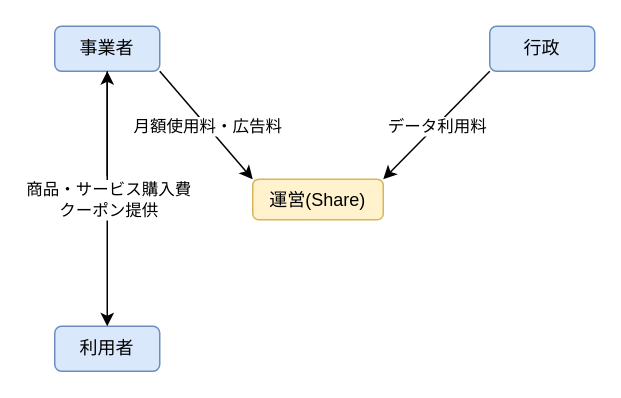
This is docs/figure/softmoney.drawio from r02092/se2025, a draw.io file, before an edit. Source tidied: cells renumbered, new cells numbered last; positions are measured from the earlier drawing's top-left corner, leaving out a move shared by most shapes. Both pictures are drawn from the tidied source at 150%, with x=0, y=0 at pixel (54, 26).
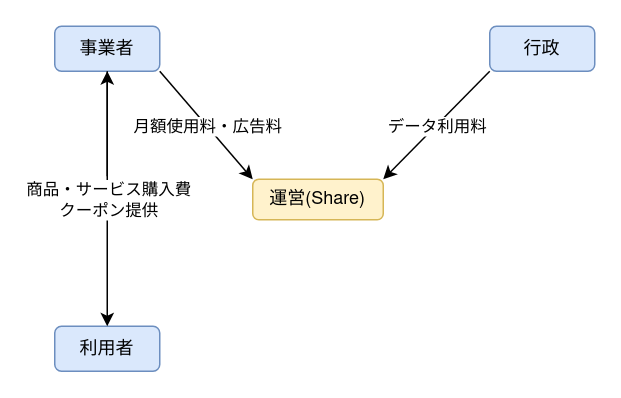
The same page after the edit.

Commit message (it also covers changes not shown here):
Nimbus Sansをフォントとして指定

What changed in the source:
```diff
@@
 <mxGraphModel>
   <root>
     <mxCell id="0" />
     <mxCell id="1" parent="0" />
-    <mxCell id="2" value="運営(Share)" style="rounded=1;whiteSpace=wrap;html=1;fillColor=#fff2cc;strokeColor=#d6b656;" parent="1" vertex="1">
+    <mxCell id="2" value="運営(Share)" style="rounded=1;whiteSpace=wrap;html=1;fillColor=#fff2cc;strokeColor=#d6b656;fontFamily=Nimbus Sans;" parent="1" vertex="1">
       <mxGeometry x="132" y="102" width="87" height="27" as="geometry" />
     </mxCell>
     <mxCell id="3" value="事業者" style="rounded=1;whiteSpace=wrap;html=1;fillColor=#dae8fc;strokeColor=#6c8ebf;" parent="1" vertex="1">
       <mxGeometry width="70" height="30" as="geometry" />
     </mxCell>
     <mxCell id="4" style="endArrow=classic;html=1;rounded=0;exitX=1;exitY=1;exitDx=0;exitDy=0;entryX=0;entryY=0;entryDx=0;entryDy=0;" parent="1" edge="1" source="3" target="2">
       <mxGeometry relative="1" as="geometry" />
     </mxCell>
     <mxCell id="5" value="月額使用料・広告料" style="edgeLabel;html=1;align=center;verticalAlign=middle;" parent="4" vertex="1">
       <mxGeometry relative="1" as="geometry" />
     </mxCell>
     <mxCell id="6" value="行政" style="rounded=1;whiteSpace=wrap;html=1;fillColor=#dae8fc;strokeColor=#6c8ebf;" parent="1" vertex="1">
       <mxGeometry x="290" width="70" height="30" as="geometry" />
     </mxCell>
     <mxCell id="7" style="endArrow=classic;html=1;rounded=0;exitX=0;exitY=1;exitDx=0;exitDy=0;entryX=1;entryY=0;entryDx=0;entryDy=0;" parent="1" edge="1" source="6" target="2">
       <mxGeometry relative="1" as="geometry" />
     </mxCell>
     <mxCell id="8" value="データ利用料" style="edgeLabel;html=1;align=center;verticalAlign=middle;" parent="7" vertex="1">
       <mxGeometry relative="1" as="geometry" />
     </mxCell>
     <mxCell id="9" value="利用者" style="rounded=1;whiteSpace=wrap;html=1;fillColor=#dae8fc;strokeColor=#6c8ebf;" parent="1" vertex="1">
       <mxGeometry y="200" width="70" height="30" as="geometry" />
     </mxCell>
     <mxCell id="10" style="endArrow=classic;html=1;rounded=0;exitX=0.5;exitY=1;exitDx=0;exitDy=0;entryX=0.5;entryY=0;entryDx=0;entryDy=0;" parent="1" edge="1" source="3" target="9">
       <mxGeometry relative="1" as="geometry" />
     </mxCell>
     <mxCell id="11" value="商品・サービス購入費&lt;div&gt;クーポン提供&lt;/div&gt;" style="edgeLabel;html=1;align=center;verticalAlign=middle;" parent="10" vertex="1">
       <mxGeometry relative="1" as="geometry" />
     </mxCell>
     <mxCell id="12" style="endArrow=classic;html=1;rounded=0;entryX=0.5;entryY=1;entryDx=0;entryDy=0;" parent="1" edge="1" target="3">
       <mxGeometry relative="1" as="geometry">
         <mxPoint x="35" y="100" as="sourcePoint" />
       </mxGeometry>
     </mxCell>
   </root>
 </mxGraphModel>
```
